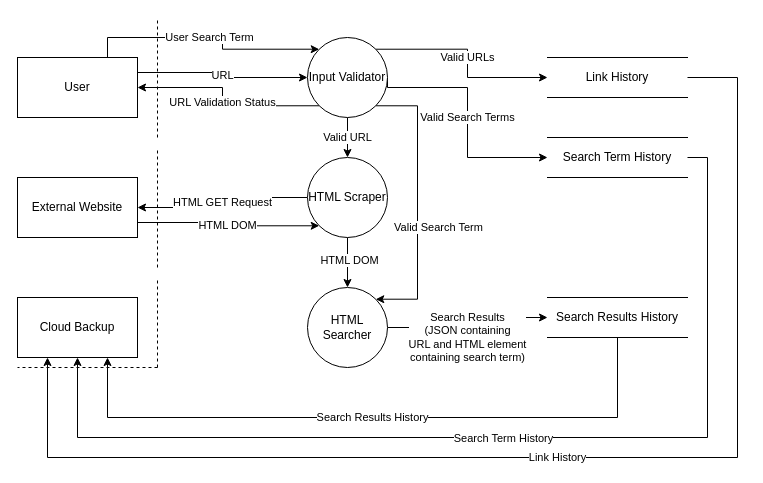
The draw.io diagram Assignments/Web Scraper/Web Scraper Level 1 DFD.drawio in jrbdino/CYBR-404, before the edit. Source tidied: cells renumbered, new cells numbered last; positions are measured from the earlier drawing's top-left corner, leaving out a move shared by most shapes. Both pictures are drawn from the tidied source at 100%, with x=0, y=0 at pixel (17, 7).
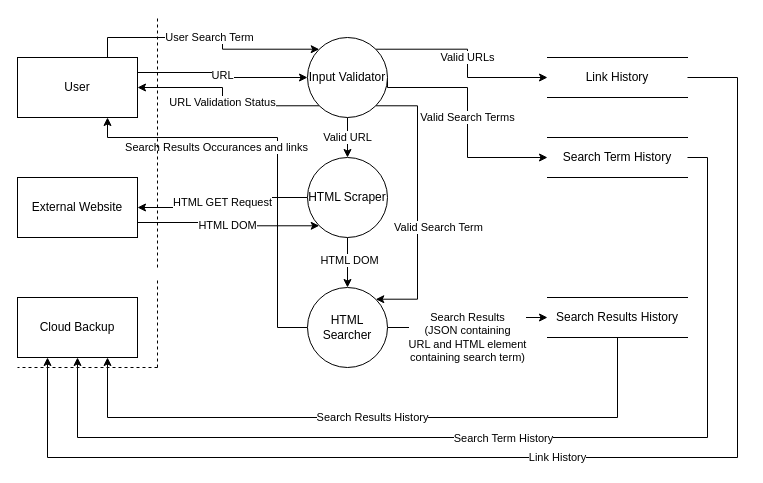
The same page after the edit.

Commit message (it also covers changes not shown here):
Added output to Level 1 DFD

The change refers to these unchanged cells:
```xml
<mxCell id="4" value="User" style="rounded=0;whiteSpace=wrap;html=1;" parent="1" vertex="1">
  <mxGeometry y="50" width="120" height="60" as="geometry" />
</mxCell>
<mxCell id="20" value="HTML Searcher" style="ellipse;whiteSpace=wrap;html=1;" parent="1" vertex="1">
  <mxGeometry x="290" y="280" width="80" height="80" as="geometry" />
</mxCell>
```

Change to the diagram source:
```diff
@@
+    <mxCell id="32" value="Search Results Occurances and links" style="edgeStyle=orthogonalEdgeStyle;rounded=0;jettySize=auto;html=1;exitX=0;exitY=0.5;exitDx=0;exitDy=0;entryX=0.75;entryY=1;entryDx=0;entryDy=0;" parent="1" edge="1" source="20" target="4">
+      <mxGeometry x="0.37" y="10" relative="1" as="geometry">
+        <Array as="points">
+          <mxPoint x="260" y="320" />
+          <mxPoint x="260" y="130" />
+          <mxPoint x="90" y="130" />
+        </Array>
+      </mxGeometry>
+    </mxCell>
@@
     <mxCell id="28" style="endArrow=none;dashed=1;html=1;rounded=0;" parent="1" edge="1">
       <mxGeometry relative="1" as="geometry">
-        <mxPoint x="140" y="130" as="sourcePoint" />
+        <mxPoint x="140" y="140" as="sourcePoint" />
         <mxPoint x="140" y="10" as="targetPoint" />
       </mxGeometry>
     </mxCell>
```
